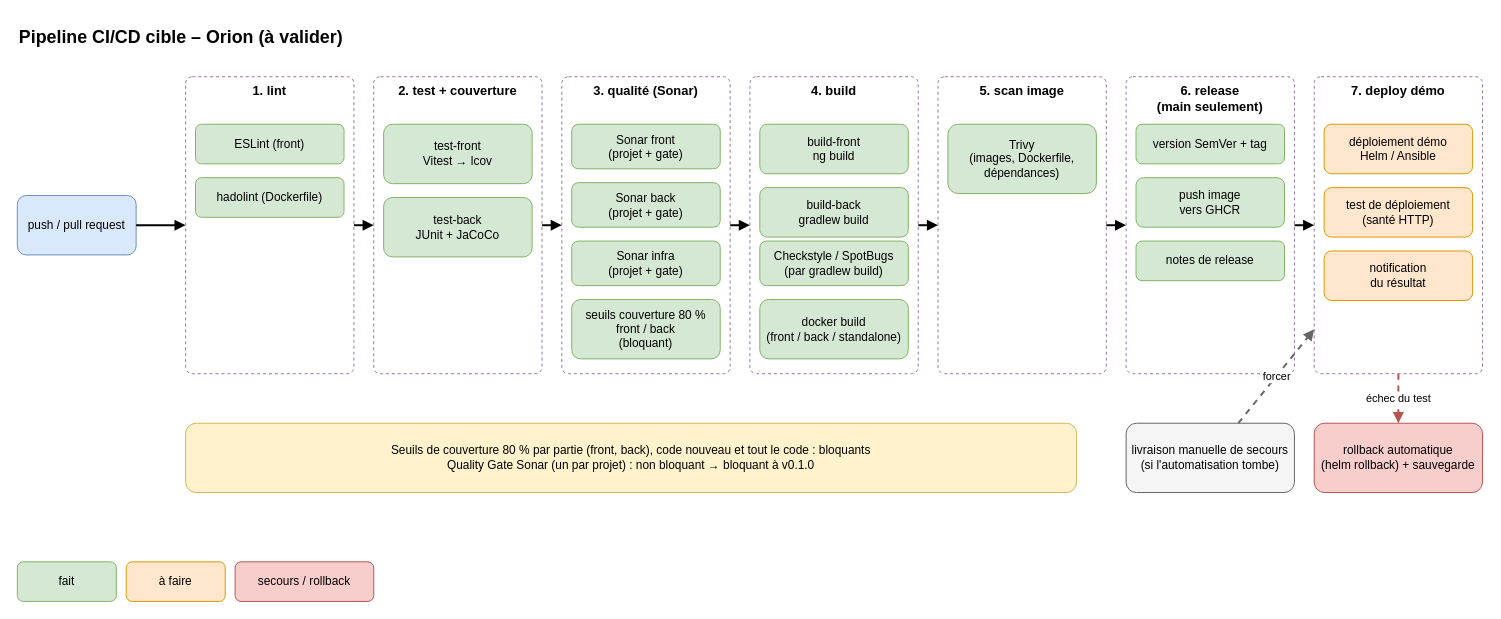
This is docs/livrables/schema_pipeline_ci_cd.drawio from denoyela-4913/dev-project-06-orion, a draw.io file, before an edit. Source tidied: cells renumbered, new cells numbered last; positions are measured from the earlier drawing's top-left corner, leaving out a move shared by most shapes. Both pictures are drawn from the tidied source at 99%, with x=0, y=0 at pixel (17, 17).
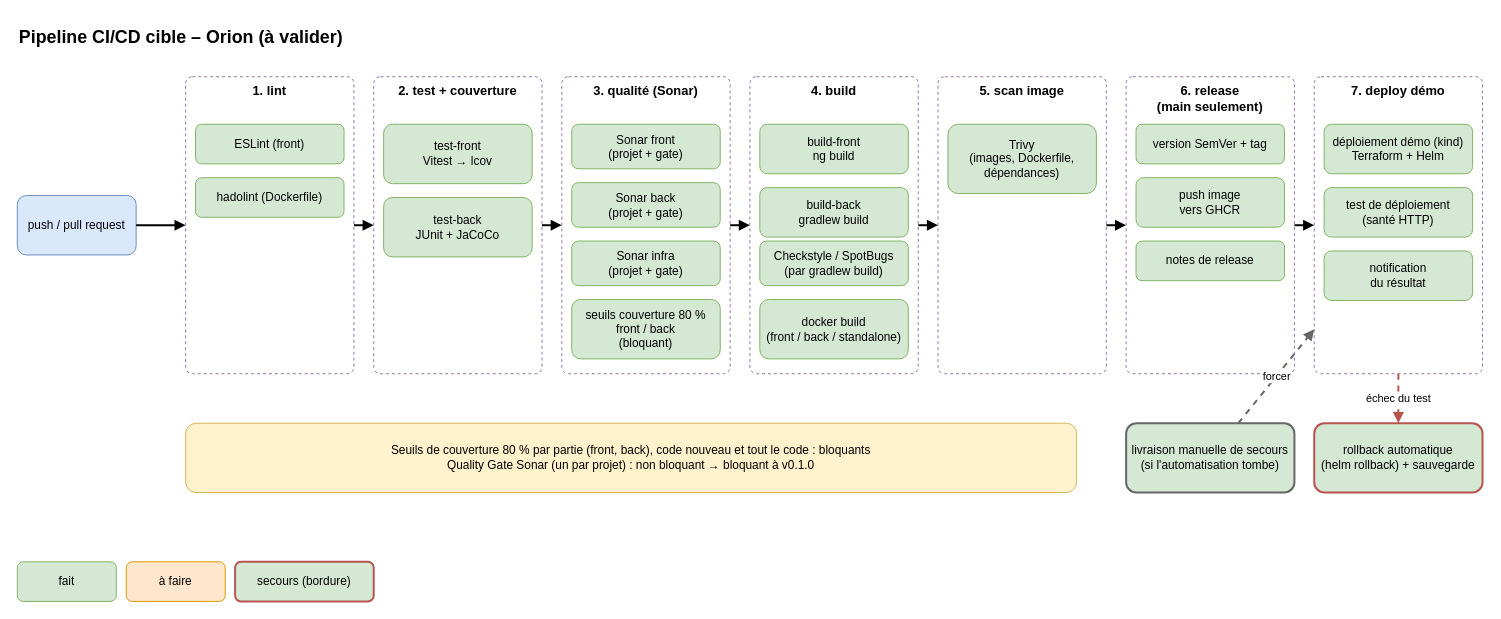
Above is the later version.

Commit message (it also covers changes not shown here):
docs: record the demo deployment and mark the whole pipeline as done

Diff of the diagram source:
```diff
@@
-    <mxCell id="33" value="déploiement démo&#10;Helm / Ansible" style="rounded=1;whiteSpace=wrap;html=1;fillColor=#ffe6cc;strokeColor=#d79b00;" parent="1" vertex="1">
+    <mxCell id="33" value="déploiement démo (kind)&#10;Terraform + Helm" style="rounded=1;whiteSpace=wrap;html=1;fillColor=#d5e8d4;strokeColor=#82b366;" parent="1" vertex="1">
       <mxGeometry x="1320" y="108" width="150" height="50" as="geometry" />
     </mxCell>
-    <mxCell id="34" value="test de déploiement&#10;(santé HTTP)" style="rounded=1;whiteSpace=wrap;html=1;fillColor=#ffe6cc;strokeColor=#d79b00;" parent="1" vertex="1">
+    <mxCell id="34" value="test de déploiement&#10;(santé HTTP)" style="rounded=1;whiteSpace=wrap;html=1;fillColor=#d5e8d4;strokeColor=#82b366;" parent="1" vertex="1">
       <mxGeometry x="1320" y="172" width="150" height="50" as="geometry" />
     </mxCell>
-    <mxCell id="35" value="notification&#10;du résultat" style="rounded=1;whiteSpace=wrap;html=1;fillColor=#ffe6cc;strokeColor=#d79b00;" parent="1" vertex="1">
+    <mxCell id="35" value="notification&#10;du résultat" style="rounded=1;whiteSpace=wrap;html=1;fillColor=#d5e8d4;strokeColor=#82b366;" parent="1" vertex="1">
       <mxGeometry x="1320" y="236" width="150" height="50" as="geometry" />
     </mxCell>
@@
-    <mxCell id="37" value="rollback automatique&#10;(helm rollback) + sauvegarde" style="rounded=1;whiteSpace=wrap;html=1;fillColor=#f8cecc;strokeColor=#b85450;" parent="1" vertex="1">
+    <mxCell id="37" value="rollback automatique&#10;(helm rollback) + sauvegarde" style="rounded=1;whiteSpace=wrap;html=1;fillColor=#d5e8d4;strokeWidth=2;strokeColor=#b85450;" parent="1" vertex="1">
       <mxGeometry x="1310" y="410" width="170" height="70" as="geometry" />
     </mxCell>
-    <mxCell id="38" value="livraison manuelle de secours&#10;(si l'automatisation tombe)" style="rounded=1;whiteSpace=wrap;html=1;fillColor=#f5f5f5;strokeColor=#666666;" parent="1" vertex="1">
+    <mxCell id="38" value="livraison manuelle de secours&#10;(si l'automatisation tombe)" style="rounded=1;whiteSpace=wrap;html=1;fillColor=#d5e8d4;strokeWidth=2;strokeColor=#666666;" parent="1" vertex="1">
       <mxGeometry x="1120" y="410" width="170" height="70" as="geometry" />
     </mxCell>
@@
-    <mxCell id="44" value="secours / rollback" style="rounded=1;whiteSpace=wrap;html=1;fillColor=#f8cecc;strokeColor=#b85450;" parent="1" vertex="1">
+    <mxCell id="44" value="secours (bordure)" style="rounded=1;whiteSpace=wrap;html=1;fillColor=#d5e8d4;strokeWidth=2;strokeColor=#b85450;" parent="1" vertex="1">
       <mxGeometry x="220" y="550" width="140" height="40" as="geometry" />
     </mxCell>
```
